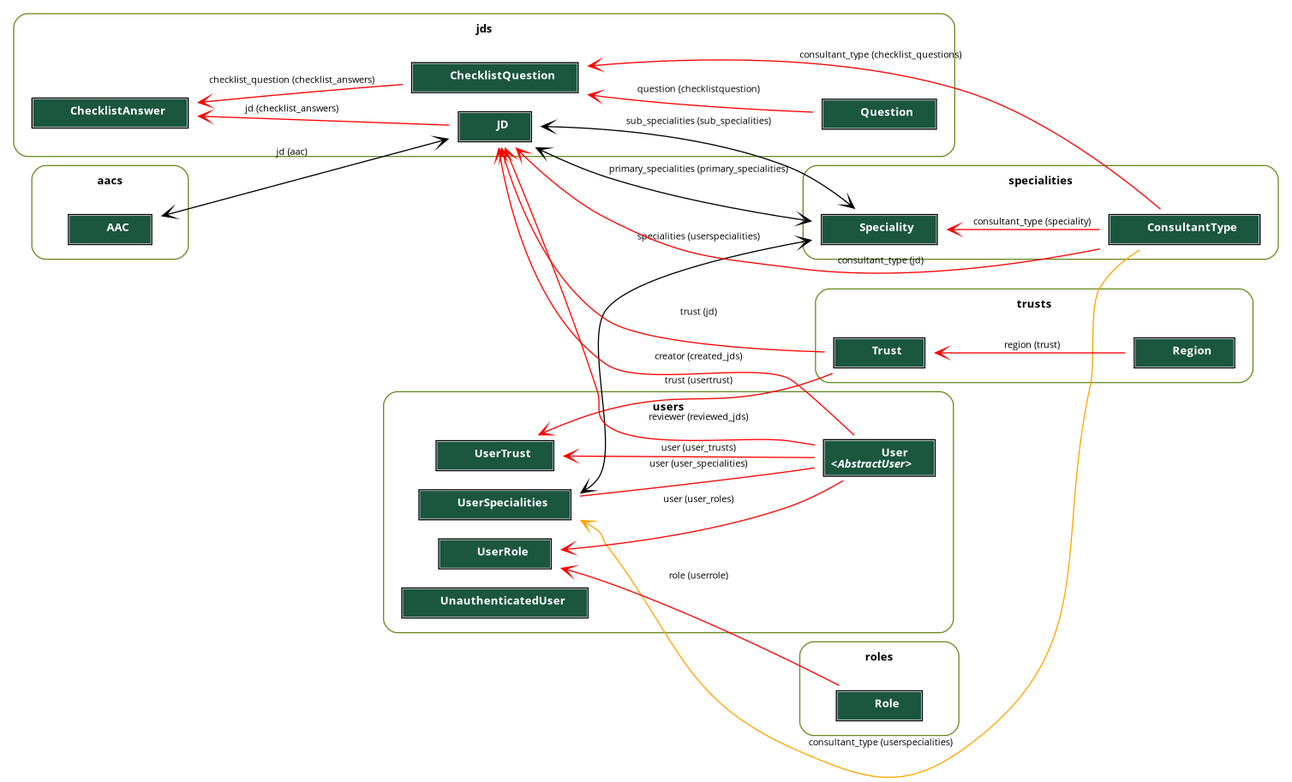
Earlier version of the Graphviz export backend/database.png (chrisJuresh/rcr). Its source is kept beside it as backend/database.dot. Its diagram source:
```dot
digraph model_graph {

  fontname = "Roboto"
  fontsize = 8
  splines  = true
  rankdir = "LR"
	graph [ranksep=0.1];
	graph [nodesep=0.1];

  node [
    fontname = "Roboto"
    fontsize = 8
    shape = "plaintext"
  ]

  edge [
    fontname = "Roboto"
    fontsize = 8
  ]

  subgraph cluster_users {
    label=<
          <TABLE BORDER="0" CELLBORDER="0" CELLSPACING="0">
          <TR><TD COLSPAN="2" CELLPADDING="4" ALIGN="CENTER">
          <FONT FACE="Roboto" COLOR="Black" POINT-SIZE="10">
          <B>users</B>
          </FONT>
          </TD></TR>
          </TABLE>
          >
    color=olivedrab4
    style="rounded"

    users_models_UnauthenticatedUser [label=<
      <TABLE BGCOLOR="white" BORDER="1" CELLBORDER="0" CELLSPACING="0">
      <TR><TD COLSPAN="2" CELLPADDING="5" ALIGN="CENTER" BGCOLOR="#1b563f">
      <FONT FACE="Roboto" COLOR="white" POINT-SIZE="10"><B>
      UnauthenticatedUser
      </B></FONT></TD></TR>

      </TABLE>
      >]

    users_models_User [label=<
      <TABLE BGCOLOR="white" BORDER="1" CELLBORDER="0" CELLSPACING="0">
      <TR><TD COLSPAN="2" CELLPADDING="5" ALIGN="CENTER" BGCOLOR="#1b563f">
      <FONT FACE="Roboto" COLOR="white" POINT-SIZE="10"><B>
      User<BR/>&lt;<FONT FACE="Roboto"><I>AbstractUser</I></FONT>&gt;
      </B></FONT></TD></TR>

      </TABLE>
      >]

    users_models_UserTrust [label=<
      <TABLE BGCOLOR="white" BORDER="1" CELLBORDER="0" CELLSPACING="0">
      <TR><TD COLSPAN="2" CELLPADDING="5" ALIGN="CENTER" BGCOLOR="#1b563f">
      <FONT FACE="Roboto" COLOR="white" POINT-SIZE="10"><B>
      UserTrust
      </B></FONT></TD></TR>

      </TABLE>
      >]

    users_models_UserSpecialities [label=<
      <TABLE BGCOLOR="white" BORDER="1" CELLBORDER="0" CELLSPACING="0">
      <TR><TD COLSPAN="2" CELLPADDING="5" ALIGN="CENTER" BGCOLOR="#1b563f">
      <FONT FACE="Roboto" COLOR="white" POINT-SIZE="10"><B>
      UserSpecialities
      </B></FONT></TD></TR>

      </TABLE>
      >]

    users_models_UserRole [label=<
      <TABLE BGCOLOR="white" BORDER="1" CELLBORDER="0" CELLSPACING="0">
      <TR><TD COLSPAN="2" CELLPADDING="5" ALIGN="CENTER" BGCOLOR="#1b563f">
      <FONT FACE="Roboto" COLOR="white" POINT-SIZE="10"><B>
      UserRole
      </B></FONT></TD></TR>

      </TABLE>
      >]

  }
  subgraph cluster_trusts {
    label=<
          <TABLE BORDER="0" CELLBORDER="0" CELLSPACING="0">
          <TR><TD COLSPAN="2" CELLPADDING="4" ALIGN="CENTER">
          <FONT FACE="Roboto" COLOR="Black" POINT-SIZE="10">
          <B>trusts</B>
          </FONT>
          </TD></TR>
          </TABLE>
          >
    color=olivedrab4
    style="rounded"

    trusts_models_Region [label=<
      <TABLE BGCOLOR="white" BORDER="1" CELLBORDER="0" CELLSPACING="0">
      <TR><TD COLSPAN="2" CELLPADDING="5" ALIGN="CENTER" BGCOLOR="#1b563f">
      <FONT FACE="Roboto" COLOR="white" POINT-SIZE="10"><B>
      Region
      </B></FONT></TD></TR>

      </TABLE>
      >]

    trusts_models_Trust [label=<
      <TABLE BGCOLOR="white" BORDER="1" CELLBORDER="0" CELLSPACING="0">
      <TR><TD COLSPAN="2" CELLPADDING="5" ALIGN="CENTER" BGCOLOR="#1b563f">
      <FONT FACE="Roboto" COLOR="white" POINT-SIZE="10"><B>
      Trust
      </B></FONT></TD></TR>

      </TABLE>
      >]

  }
  subgraph cluster_roles {
    label=<
          <TABLE BORDER="0" CELLBORDER="0" CELLSPACING="0">
          <TR><TD COLSPAN="2" CELLPADDING="4" ALIGN="CENTER">
          <FONT FACE="Roboto" COLOR="Black" POINT-SIZE="10">
          <B>roles</B>
          </FONT>
          </TD></TR>
          </TABLE>
          >
    color=olivedrab4
    style="rounded"

    roles_models_Role [label=<
      <TABLE BGCOLOR="white" BORDER="1" CELLBORDER="0" CELLSPACING="0">
      <TR><TD COLSPAN="2" CELLPADDING="5" ALIGN="CENTER" BGCOLOR="#1b563f">
      <FONT FACE="Roboto" COLOR="white" POINT-SIZE="10"><B>
      Role
      </B></FONT></TD></TR>

      </TABLE>
      >]

  }
  subgraph cluster_specialities {
    label=<
          <TABLE BORDER="0" CELLBORDER="0" CELLSPACING="0">
          <TR><TD COLSPAN="2" CELLPADDING="4" ALIGN="CENTER">
          <FONT FACE="Roboto" COLOR="Black" POINT-SIZE="10">
          <B>specialities</B>
          </FONT>
          </TD></TR>
          </TABLE>
          >
    color=olivedrab4
    style="rounded"

    specialities_models_ConsultantType [label=<
      <TABLE BGCOLOR="white" BORDER="1" CELLBORDER="0" CELLSPACING="0">
      <TR><TD COLSPAN="2" CELLPADDING="5" ALIGN="CENTER" BGCOLOR="#1b563f">
      <FONT FACE="Roboto" COLOR="white" POINT-SIZE="10"><B>
      ConsultantType
      </B></FONT></TD></TR>

      </TABLE>
      >]

    specialities_models_Speciality [label=<
      <TABLE BGCOLOR="white" BORDER="1" CELLBORDER="0" CELLSPACING="0">
      <TR><TD COLSPAN="2" CELLPADDING="5" ALIGN="CENTER" BGCOLOR="#1b563f">
      <FONT FACE="Roboto" COLOR="white" POINT-SIZE="10"><B>
      Speciality
      </B></FONT></TD></TR>

      </TABLE>
      >]

  }
  subgraph cluster_jds {
    label=<
          <TABLE BORDER="0" CELLBORDER="0" CELLSPACING="0">
          <TR><TD COLSPAN="2" CELLPADDING="4" ALIGN="CENTER">
          <FONT FACE="Roboto" COLOR="Black" POINT-SIZE="10">
          <B>jds</B>
          </FONT>
          </TD></TR>
          </TABLE>
          >
    color=olivedrab4
    style="rounded"

    jds_models_JD [label=<
      <TABLE BGCOLOR="white" BORDER="1" CELLBORDER="0" CELLSPACING="0">
      <TR><TD COLSPAN="2" CELLPADDING="5" ALIGN="CENTER" BGCOLOR="#1b563f">
      <FONT FACE="Roboto" COLOR="white" POINT-SIZE="10"><B>
      JD
      </B></FONT></TD></TR>

      </TABLE>
      >]

    jds_models_Question [label=<
      <TABLE BGCOLOR="white" BORDER="1" CELLBORDER="0" CELLSPACING="0">
      <TR><TD COLSPAN="2" CELLPADDING="5" ALIGN="CENTER" BGCOLOR="#1b563f">
      <FONT FACE="Roboto" COLOR="white" POINT-SIZE="10"><B>
      Question
      </B></FONT></TD></TR>

      </TABLE>
      >]

    jds_models_ChecklistQuestion [label=<
      <TABLE BGCOLOR="white" BORDER="1" CELLBORDER="0" CELLSPACING="0">
      <TR><TD COLSPAN="2" CELLPADDING="5" ALIGN="CENTER" BGCOLOR="#1b563f">
      <FONT FACE="Roboto" COLOR="white" POINT-SIZE="10"><B>
      ChecklistQuestion
      </B></FONT></TD></TR>

      </TABLE>
      >]

    jds_models_ChecklistAnswer [label=<
      <TABLE BGCOLOR="white" BORDER="1" CELLBORDER="0" CELLSPACING="0">
      <TR><TD COLSPAN="2" CELLPADDING="5" ALIGN="CENTER" BGCOLOR="#1b563f">
      <FONT FACE="Roboto" COLOR="white" POINT-SIZE="10"><B>
      ChecklistAnswer
      </B></FONT></TD></TR>

      </TABLE>
      >]

  }
  subgraph cluster_aacs {
    label=<
          <TABLE BORDER="0" CELLBORDER="0" CELLSPACING="0">
          <TR><TD COLSPAN="2" CELLPADDING="4" ALIGN="CENTER">
          <FONT FACE="Roboto" COLOR="Black" POINT-SIZE="10">
          <B>aacs</B>
          </FONT>
          </TD></TR>
          </TABLE>
          >
    color=olivedrab4
    style="rounded"

    aacs_models_AAC [label=<
      <TABLE BGCOLOR="white" BORDER="1" CELLBORDER="0" CELLSPACING="0">
      <TR><TD COLSPAN="2" CELLPADDING="5" ALIGN="CENTER" BGCOLOR="#1b563f">
      <FONT FACE="Roboto" COLOR="white" POINT-SIZE="10"><B>
      AAC
      </B></FONT></TD></TR>

      </TABLE>
      >]

  }



  users_models_UserTrust -> users_models_User
  [label=" user (user_trusts)"] [arrowhead=none, arrowtail=vee, dir=both, color=red];

  users_models_UserTrust -> trusts_models_Trust
  [label=" trust (usertrust)"] [arrowhead=none, arrowtail=vee, dir=both, color=red];

  users_models_UserSpecialities -> users_models_User
  [label=" user (user_specialities)"] [arrowhead=none, arrowtail=none, dir=both, color=red];

  users_models_UserSpecialities -> specialities_models_ConsultantType
  [label=" consultant_type (userspecialities)"] [arrowhead=none, arrowtail=vee, dir=both, color=orange];

  users_models_UserSpecialities -> specialities_models_Speciality
  [label=" specialities (userspecialities)"] [arrowhead=vee arrowtail=vee, dir=both];

  users_models_UserRole -> users_models_User
  [label=" user (user_roles)"] [arrowhead=none, arrowtail=vee, dir=both, color=red];

  users_models_UserRole -> roles_models_Role
  [label=" role (userrole)"] [arrowhead=none, arrowtail=vee, dir=both, color=red];


  trusts_models_Trust -> trusts_models_Region
  [label=" region (trust)"] [arrowhead=none, arrowtail=vee, dir=both, color=red];



  specialities_models_Speciality -> specialities_models_ConsultantType
  [label=" consultant_type (speciality)"] [arrowhead=none, arrowtail=vee, dir=both, color=red];


  jds_models_JD -> trusts_models_Trust
  [label=" trust (jd)"] [arrowhead=none, arrowtail=vee, dir=both, color=red];

  jds_models_JD -> specialities_models_ConsultantType
  [label=" consultant_type (jd)"] [arrowhead=none, arrowtail=vee, dir=both, color=red];

  jds_models_JD -> users_models_User
  [label=" creator (created_jds)"] [arrowhead=none, arrowtail=vee, dir=both, color=red];

  jds_models_JD -> users_models_User
  [label=" reviewer (reviewed_jds)"] [arrowhead=none, arrowtail=vee, dir=both, color=red];

  jds_models_JD -> specialities_models_Speciality
  [label=" primary_specialities (primary_specialities)"] [arrowhead=vee arrowtail=vee, dir=both];

  jds_models_JD -> specialities_models_Speciality
  [label=" sub_specialities (sub_specialities)"] [arrowhead=vee arrowtail=vee, dir=both];

  jds_models_ChecklistQuestion -> jds_models_Question
  [label=" question (checklistquestion)"] [arrowhead=none, arrowtail=vee, dir=both, color=red];

  jds_models_ChecklistQuestion -> specialities_models_ConsultantType
  [label=" consultant_type (checklist_questions)"] [arrowhead=none, arrowtail=vee, dir=both, color=red];

  jds_models_ChecklistAnswer -> jds_models_JD
  [label=" jd (checklist_answers)"] [arrowhead=none, arrowtail=vee, dir=both, color=red];

  jds_models_ChecklistAnswer -> jds_models_ChecklistQuestion
  [label=" checklist_question (checklist_answers)"] [arrowhead=none, arrowtail=vee, dir=both, color=red];


  aacs_models_AAC -> jds_models_JD
  [label=" jd (aac)"] [arrowhead=vee arrowtail=vee, dir=both];


}
```
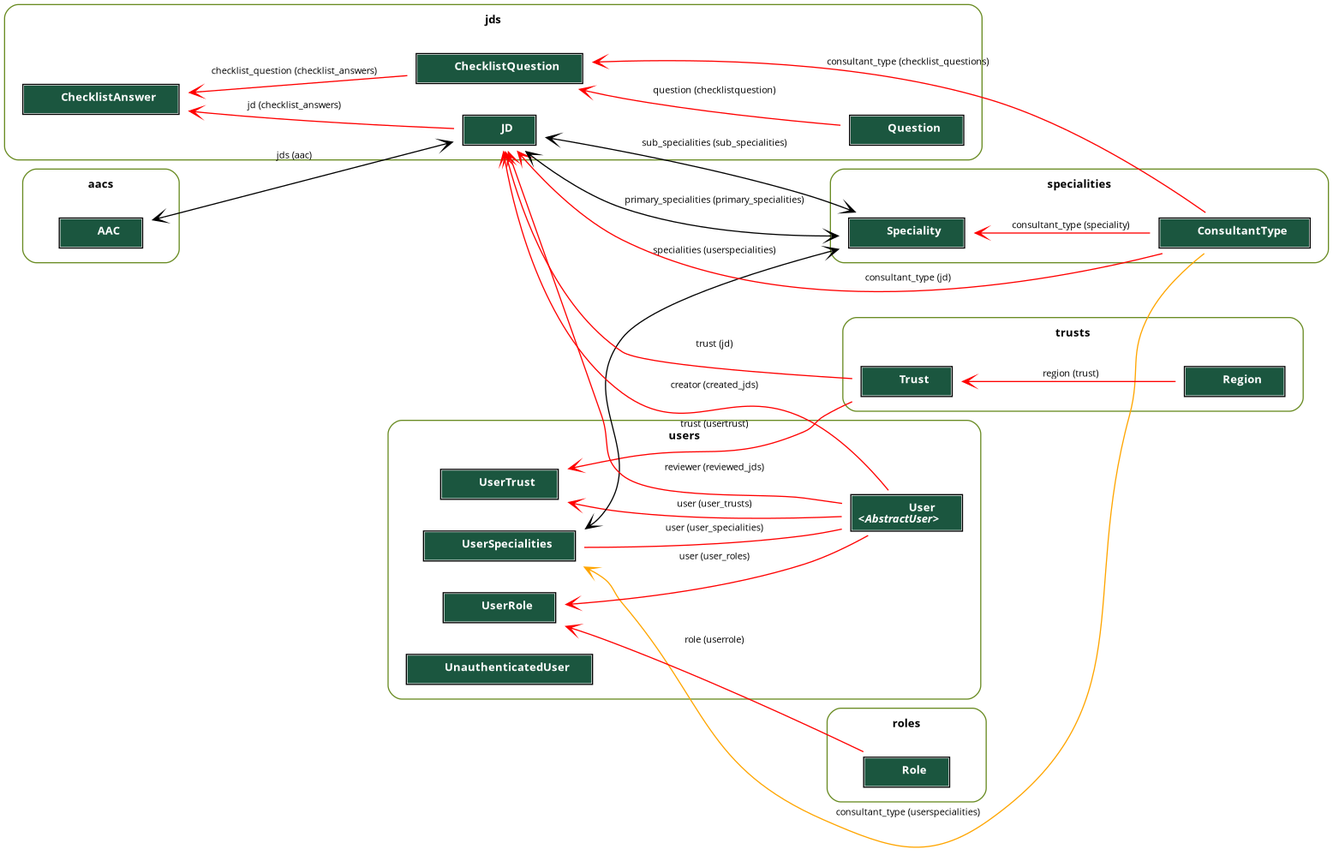
After the change.

Change to the diagram source:
```diff
@@ -4,8 +4,6 @@
   fontsize = 8
   splines  = true
   rankdir = "LR"
-	graph [ranksep=0.1];
-	graph [nodesep=0.1];
 
   node [
     fontname = "Roboto"
@@ -318,7 +316,7 @@
 
 
   aacs_models_AAC -> jds_models_JD
-  [label=" jd (aac)"] [arrowhead=vee arrowtail=vee, dir=both];
+  [label=" jds (aac)"] [arrowhead=vee arrowtail=vee, dir=both];
 
 
 }
```
